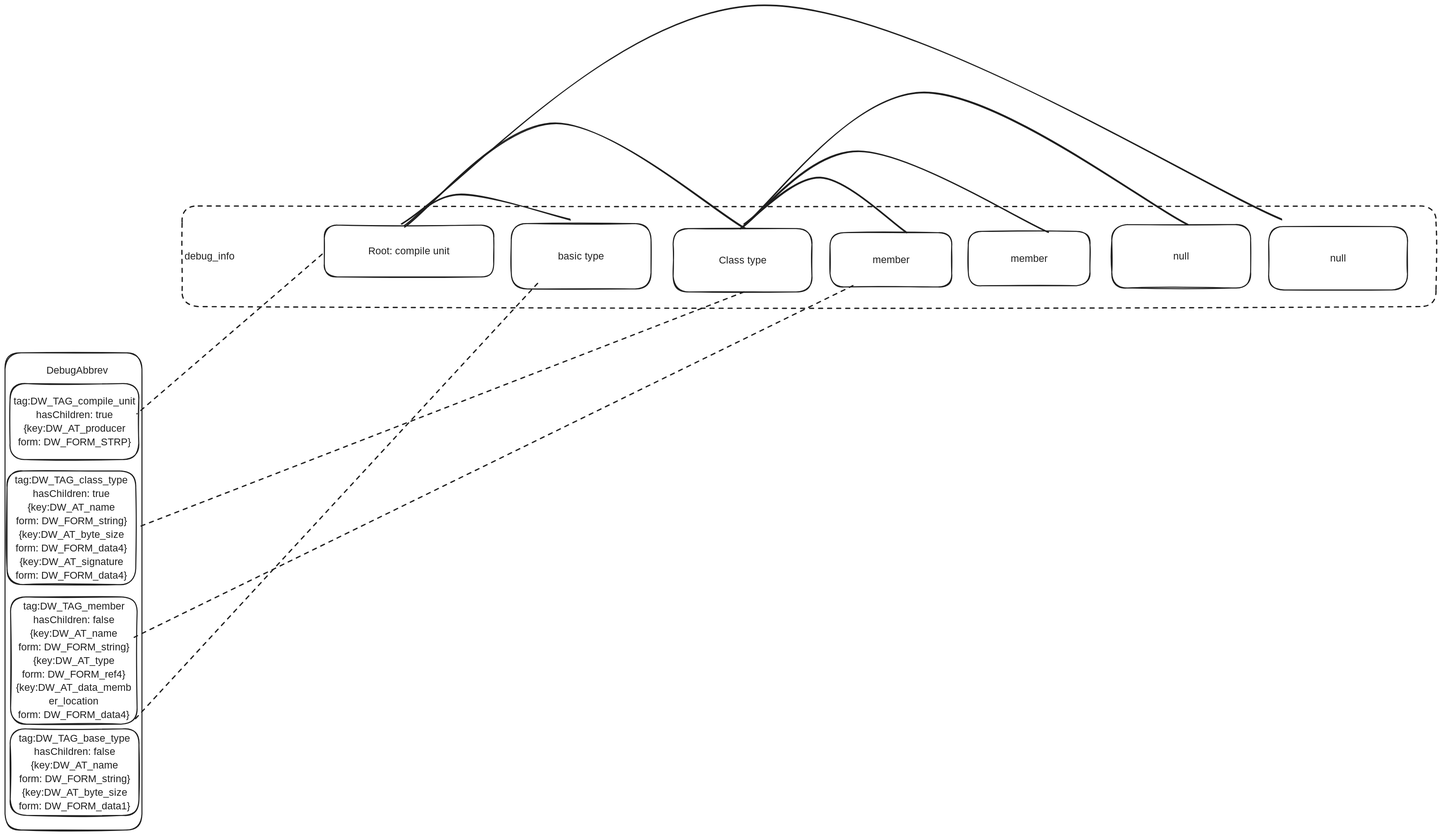
This is docs/tech/debug_symbol/debugSymbol.excalidraw.svg from wasm-ecosystem/warpo, a Excalidraw export, as it was before one commit. Source tidied: one line per element, renumbered; positions are measured from the earlier drawing's top-left corner, leaving out a move shared by most shapes.
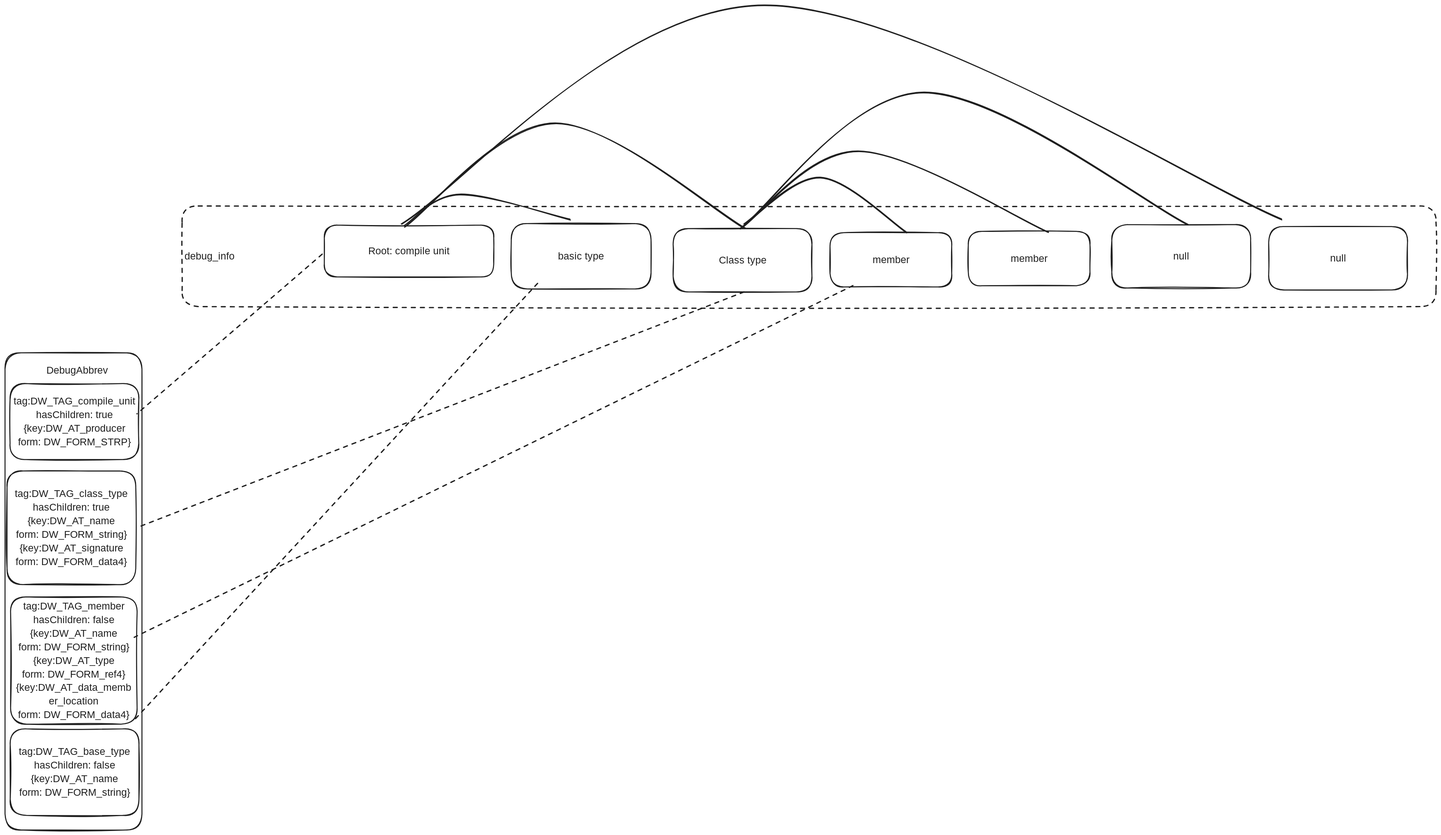
After the commit.

Commit message:
fix(as): remove size in debug symbol

What changed in the source:
```diff
@@ -8,11 +8,11 @@
 {"id": 7, "type": "rectangle", "strokeColor": "#1e1e1e", "strokeWidth": 2, "strokeStyle": "dashed", "roughness": 1, "round": true, "x": 352, "y": 399, "width": 2494, "height": 200}
 {"id": 8, "type": "text", "text": "debug_info", "strokeColor": "#1e1e1e", "strokeWidth": 2, "strokeStyle": "dashed", "roughness": 1, "fontSize": 20, "fontFamily": 6, "verticalAlign": "middle", "inside": 7, "x": 357, "y": 485, "width": 101, "height": 27}
 {"id": 9, "type": "rectangle", "strokeColor": "#1e1e1e", "strokeWidth": 2, "roughness": 1, "round": true, "x": 4, "y": 925, "width": 256, "height": 226}
-{"id": 10, "type": "text", "text": "tag:DW_TAG_class_type\nhasChildren: true\n{key:DW_AT_name\nform: DW_FORM_string}\n{key:DW_AT_byte_size\nform: DW_FORM_data4}\n{key:DW_AT_signature\nform: DW_FORM_data4}", "strokeColor": "#1e1e1e", "strokeWidth": 2, "strokeStyle": "dashed", "roughness": 1, "fontSize": 20, "fontFamily": 6, "textAlign": "center", "verticalAlign": "middle", "inside": 9, "x": 20, "y": 930, "width": 224, "height": 216}
+{"id": 10, "type": "text", "text": "tag:DW_TAG_class_type\nhasChildren: true\n{key:DW_AT_name\nform: DW_FORM_string}\n{key:DW_AT_signature\nform: DW_FORM_data4}", "strokeColor": "#1e1e1e", "strokeWidth": 2, "strokeStyle": "dashed", "roughness": 1, "fontSize": 20, "fontFamily": 6, "textAlign": "center", "verticalAlign": "middle", "inside": 9, "x": 20, "y": 957, "width": 224, "height": 162}
 {"id": 11, "type": "rectangle", "strokeColor": "#1e1e1e", "strokeWidth": 2, "roughness": 1, "round": true, "x": 11, "y": 1176, "width": 252, "height": 253}
 {"id": 12, "type": "text", "text": "tag:DW_TAG_member\nhasChildren: false\n{key:DW_AT_name\nform: DW_FORM_string}\n{key:DW_AT_type\nform: DW_FORM_ref4}\n{key:DW_AT_data_memb\ner_location\nform: DW_FORM_data4}", "strokeColor": "#1e1e1e", "strokeWidth": 2, "strokeStyle": "dashed", "roughness": 1, "fontSize": 20, "fontFamily": 6, "textAlign": "center", "verticalAlign": "middle", "inside": 11, "x": 22, "y": 1181, "width": 229, "height": 243}
 {"id": 13, "type": "rectangle", "strokeColor": "#1e1e1e", "strokeWidth": 2, "roughness": 1, "round": true, "x": 10, "y": 1438, "width": 256, "height": 172}
-{"id": 14, "type": "text", "text": "tag:DW_TAG_base_type\nhasChildren: false\n{key:DW_AT_name\nform: DW_FORM_string}\n{key:DW_AT_byte_size\nform: DW_FORM_data1}", "strokeColor": "#1e1e1e", "strokeWidth": 2, "strokeStyle": "dashed", "roughness": 1, "fontSize": 20, "fontFamily": 6, "textAlign": "center", "verticalAlign": "middle", "inside": 13, "x": 26, "y": 1443, "width": 224, "height": 162}
+{"id": 14, "type": "text", "text": "tag:DW_TAG_base_type\nhasChildren: false\n{key:DW_AT_name\nform: DW_FORM_string}", "strokeColor": "#1e1e1e", "strokeWidth": 2, "strokeStyle": "dashed", "roughness": 1, "fontSize": 20, "fontFamily": 6, "textAlign": "center", "verticalAlign": "middle", "inside": 13, "x": 26, "y": 1470, "width": 224, "height": 108}
 {"id": 15, "type": "rectangle", "strokeColor": "#1e1e1e", "strokeWidth": 2, "roughness": 1, "round": true, "x": 1329, "y": 444, "width": 276, "height": 126}
 {"id": 16, "type": "text", "text": "Class type", "strokeColor": "#1e1e1e", "strokeWidth": 2, "roughness": 1, "fontSize": 20, "fontFamily": 6, "textAlign": "center", "verticalAlign": "middle", "inside": 15, "x": 1419, "y": 493, "width": 95, "height": 27}
 {"id": 17, "type": "rectangle", "strokeColor": "#1e1e1e", "strokeWidth": 2, "roughness": 1, "round": true, "x": 2513, "y": 440, "width": 276, "height": 126}
```
